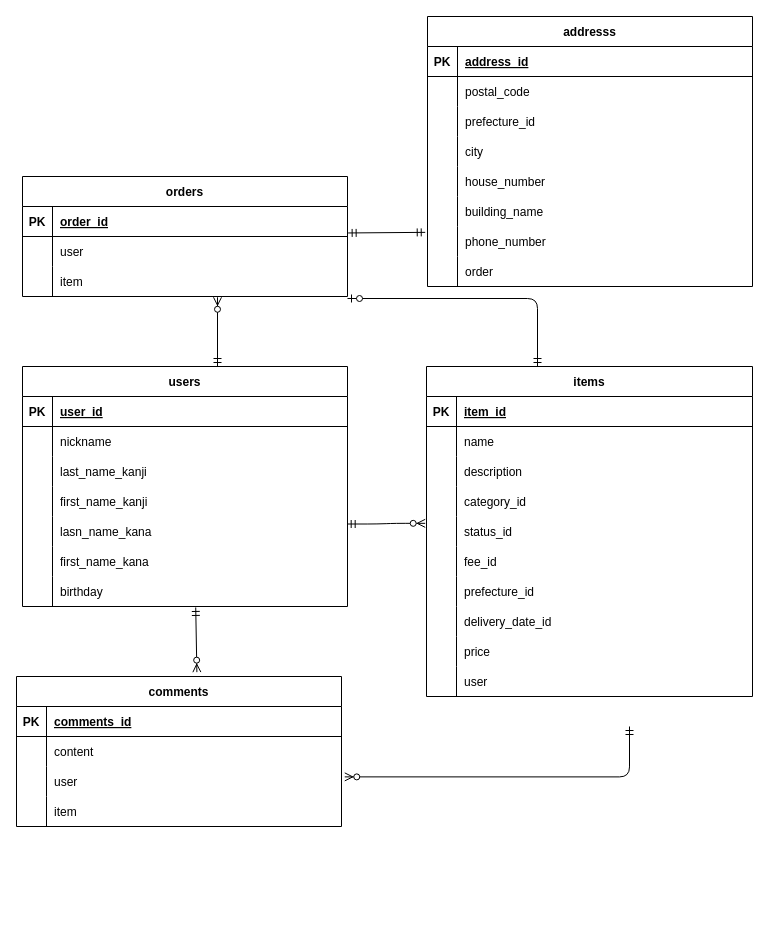
The draw.io diagram er.dio in yuuuuki15/furima-38173, before the edit. Source tidied: cells renumbered, new cells numbered last; positions are measured from the earlier drawing's top-left corner, leaving out a move shared by most shapes. Both pictures are drawn from the tidied source at 100%, with x=0, y=0 at pixel (16, 16).
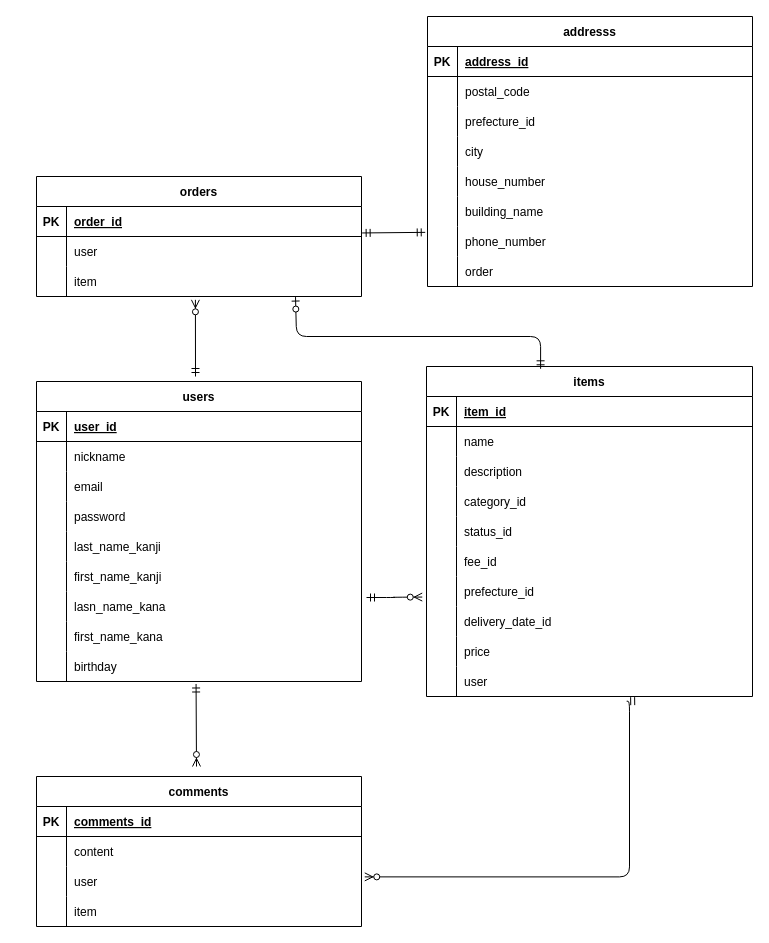
Above is the later version.

Commit message (it also covers changes not shown here):
レビューの修正2

The change refers to these unchanged cells:
```xml
<mxCell id="24" value="items" style="shape=table;startSize=30;childLayout=tableLayout;rowLines=0;fontStyle=1;align=center;labelBorderColor=none;" parent="1" vertex="1">
  <mxGeometry x="410" y="350" width="326" height="330" as="geometry" />
</mxCell>
<mxCell id="37" style="shape=partialRectangle;fillColor=none;top=0;left=0;bottom=0;right=0;points=[[0,0.5],[1,0.5]];portConstraint=eastwest;labelBorderColor=none;" parent="24" vertex="1">
  <mxGeometry y="150" width="326" height="30" as="geometry" />
</mxCell>
<mxCell id="43" style="shape=partialRectangle;fillColor=none;top=0;left=0;bottom=0;right=0;points=[[0,0.5],[1,0.5]];portConstraint=eastwest;labelBorderColor=none;" parent="24" vertex="1">
  <mxGeometry y="210" width="326" height="30" as="geometry" />
</mxCell>
<mxCell id="52" style="shape=partialRectangle;fillColor=none;top=0;left=0;bottom=0;right=0;points=[[0,0.5],[1,0.5]];portConstraint=eastwest;labelBorderColor=none;" parent="24" vertex="1">
  <mxGeometry y="300" width="326" height="30" as="geometry" />
</mxCell>
<mxCell id="62" style="shape=partialRectangle;fillColor=none;top=0;left=0;bottom=0;right=0;points=[[0,0.5],[1,0.5]];portConstraint=eastwest;labelBorderColor=none;" parent="55" vertex="1">
  <mxGeometry y="90" width="325" height="30" as="geometry" />
</mxCell>
<mxCell id="72" style="shape=partialRectangle;fillColor=none;top=0;left=0;bottom=0;right=0;points=[[0,0.5],[1,0.5]];portConstraint=eastwest;labelBorderColor=none;" parent="65" vertex="1">
  <mxGeometry y="90" width="325" height="30" as="geometry" />
</mxCell>
```

Diff of the diagram source:
```diff
@@
     <mxCell id="2" value="users" style="shape=table;startSize=30;childLayout=tableLayout;rowLines=0;fontStyle=1;align=center;labelBorderColor=none;" parent="1" vertex="1">
-      <mxGeometry x="6" y="350" width="325" height="240" as="geometry" />
+      <mxGeometry x="20" y="365" width="325" height="300" as="geometry" />
     </mxCell>
@@
+    <mxCell id="109" style="shape=partialRectangle;fillColor=none;top=0;left=0;bottom=0;right=0;labelBorderColor=none;" parent="2" vertex="1">
+      <mxGeometry y="90" width="325" height="30" as="geometry" />
+    </mxCell>
+    <mxCell id="110" style="shape=partialRectangle;fillColor=none;top=0;left=0;bottom=0;right=0;overflow=hidden;labelBorderColor=none;" parent="109" vertex="1">
+      <mxGeometry width="30" height="30" as="geometry" />
+    </mxCell>
+    <mxCell id="111" value="email" style="shape=partialRectangle;fillColor=none;top=0;left=0;bottom=0;right=0;align=left;spacingLeft=6;overflow=hidden;labelBorderColor=none;" parent="109" vertex="1">
+      <mxGeometry x="30" width="295" height="30" as="geometry" />
+    </mxCell>
+    <mxCell id="112" style="shape=partialRectangle;fillColor=none;top=0;left=0;bottom=0;right=0;labelBorderColor=none;" parent="2" vertex="1">
+      <mxGeometry y="120" width="325" height="30" as="geometry" />
+    </mxCell>
+    <mxCell id="113" style="shape=partialRectangle;fillColor=none;top=0;left=0;bottom=0;right=0;overflow=hidden;labelBorderColor=none;" parent="112" vertex="1">
+      <mxGeometry width="30" height="30" as="geometry" />
+    </mxCell>
+    <mxCell id="114" value="password" style="shape=partialRectangle;fillColor=none;top=0;left=0;bottom=0;right=0;align=left;spacingLeft=6;overflow=hidden;labelBorderColor=none;" parent="112" vertex="1">
+      <mxGeometry x="30" width="295" height="30" as="geometry" />
+    </mxCell>
     <mxCell id="9" style="shape=partialRectangle;fillColor=none;top=0;left=0;bottom=0;right=0;labelBorderColor=none;" parent="2" vertex="1">
-      <mxGeometry y="90" width="325" height="30" as="geometry" />
+      <mxGeometry y="150" width="325" height="30" as="geometry" />
     </mxCell>
@@
     <mxCell id="12" style="shape=partialRectangle;fillColor=none;top=0;left=0;bottom=0;right=0;labelBorderColor=none;" parent="2" vertex="1">
-      <mxGeometry y="120" width="325" height="30" as="geometry" />
+      <mxGeometry y="180" width="325" height="30" as="geometry" />
     </mxCell>
@@
     <mxCell id="15" style="shape=partialRectangle;fillColor=none;top=0;left=0;bottom=0;right=0;points=[[0,0.5],[1,0.5]];portConstraint=eastwest;labelBorderColor=none;" parent="2" vertex="1">
-      <mxGeometry y="150" width="325" height="30" as="geometry" />
+      <mxGeometry y="210" width="325" height="30" as="geometry" />
     </mxCell>
@@
     <mxCell id="18" style="shape=partialRectangle;fillColor=none;top=0;left=0;bottom=0;right=0;labelBorderColor=none;" parent="2" vertex="1">
-      <mxGeometry y="180" width="325" height="30" as="geometry" />
+      <mxGeometry y="240" width="325" height="30" as="geometry" />
     </mxCell>
@@
     <mxCell id="21" style="shape=partialRectangle;fillColor=none;top=0;left=0;bottom=0;right=0;points=[[0,0.5],[1,0.5]];portConstraint=eastwest;labelBorderColor=none;" parent="2" vertex="1">
-      <mxGeometry y="210" width="325" height="30" as="geometry" />
+      <mxGeometry y="270" width="325" height="30" as="geometry" />
     </mxCell>
@@
     <mxCell id="55" value="orders" style="shape=table;startSize=30;childLayout=tableLayout;rowLines=0;fontStyle=1;align=center;labelBorderColor=none;" parent="1" vertex="1">
-      <mxGeometry x="6" y="160" width="325" height="120" as="geometry" />
+      <mxGeometry x="20" y="160" width="325" height="120" as="geometry" />
     </mxCell>
@@
     <mxCell id="65" value="comments" style="shape=table;startSize=30;childLayout=tableLayout;rowLines=0;fontStyle=1;align=center;labelBorderColor=none;" parent="1" vertex="1">
-      <mxGeometry y="660" width="325" height="150" as="geometry" />
+      <mxGeometry x="20" y="760" width="325" height="150" as="geometry" />
     </mxCell>
@@
-    <mxCell id="104" style="edgeStyle=orthogonalEdgeStyle;fontSize=12;html=1;endArrow=ERzeroToMany;startArrow=ERmandOne;entryX=1.01;entryY=0.346;entryDx=0;entryDy=0;entryPerimeter=0;" parent="1" edge="1" target="72">
+    <mxCell id="104" style="edgeStyle=orthogonalEdgeStyle;fontSize=12;html=1;endArrow=ERzeroToMany;startArrow=ERmandOne;entryX=1.01;entryY=0.346;entryDx=0;entryDy=0;entryPerimeter=0;exitX=0.614;exitY=1.158;exitDx=0;exitDy=0;exitPerimeter=0;" parent="1" edge="1" source="52" target="72">
       <mxGeometry relative="1" as="geometry">
-        <mxPoint x="613" y="710" as="sourcePoint" />
         <Array as="points">
-          <mxPoint x="613" y="760" />
+          <mxPoint x="613" y="685" />
+          <mxPoint x="613" y="860" />
         </Array>
       </mxGeometry>
     </mxCell>
-    <mxCell id="105" style="fontSize=12;html=1;endArrow=ERzeroToMany;startArrow=ERmandOne;exitX=0.533;exitY=1.032;exitDx=0;exitDy=0;exitPerimeter=0;entryX=0.555;entryY=-0.029;entryDx=0;entryDy=0;entryPerimeter=0;" parent="1" edge="1" source="21" target="65">
-      <mxGeometry relative="1" as="geometry" />
+    <mxCell id="105" style="fontSize=12;html=1;endArrow=ERzeroToMany;startArrow=ERmandOne;exitX=0.491;exitY=1.083;exitDx=0;exitDy=0;exitPerimeter=0;" parent="1" edge="1" source="21">
+      <mxGeometry relative="1" as="geometry">
+        <mxPoint x="180" y="750" as="targetPoint" />
+      </mxGeometry>
     </mxCell>
-    <mxCell id="106" style="edgeStyle=orthogonalEdgeStyle;fontSize=12;html=1;endArrow=ERzeroToOne;startArrow=ERmandOne;" parent="1" edge="1">
+    <mxCell id="106" style="edgeStyle=orthogonalEdgeStyle;fontSize=12;html=1;endArrow=ERzeroToOne;startArrow=ERmandOne;entryX=0.797;entryY=1.019;entryDx=0;entryDy=0;entryPerimeter=0;exitX=0.35;exitY=0.007;exitDx=0;exitDy=0;exitPerimeter=0;" parent="1" edge="1" source="24" target="62">
       <mxGeometry relative="1" as="geometry">
-        <mxPoint x="521" y="350" as="sourcePoint" />
-        <mxPoint x="331" y="282" as="targetPoint" />
         <Array as="points">
-          <mxPoint x="521" y="282" />
+          <mxPoint x="524" y="320" />
+          <mxPoint x="280" y="320" />
+          <mxPoint x="280" y="281" />
         </Array>
       </mxGeometry>
     </mxCell>
-    <mxCell id="107" style="fontSize=12;html=1;endArrow=ERzeroToMany;startArrow=ERmandOne;entryX=0.6;entryY=1.026;entryDx=0;entryDy=0;entryPerimeter=0;" parent="1" edge="1" target="62">
+    <mxCell id="107" style="fontSize=12;html=1;endArrow=ERzeroToMany;startArrow=ERmandOne;entryX=0.489;entryY=1.111;entryDx=0;entryDy=0;entryPerimeter=0;" parent="1" edge="1" target="62">
       <mxGeometry relative="1" as="geometry">
-        <mxPoint x="201" y="350" as="sourcePoint" />
+        <mxPoint x="179" y="360" as="sourcePoint" />
       </mxGeometry>
     </mxCell>
-    <mxCell id="108" style="edgeStyle=entityRelationEdgeStyle;fontSize=12;html=1;endArrow=ERzeroToMany;startArrow=ERmandOne;entryX=-0.004;entryY=0.228;entryDx=0;entryDy=0;entryPerimeter=0;exitX=0.999;exitY=0.25;exitDx=0;exitDy=0;exitPerimeter=0;" parent="1" edge="1" source="15" target="37">
-      <mxGeometry relative="1" as="geometry" />
+    <mxCell id="108" style="edgeStyle=entityRelationEdgeStyle;fontSize=12;html=1;endArrow=ERzeroToMany;startArrow=ERmandOne;entryX=-0.013;entryY=0.685;entryDx=0;entryDy=0;entryPerimeter=0;" parent="1" edge="1" target="43">
+      <mxGeometry relative="1" as="geometry">
+        <mxPoint x="350" y="581" as="sourcePoint" />
+      </mxGeometry>
     </mxCell>
```
